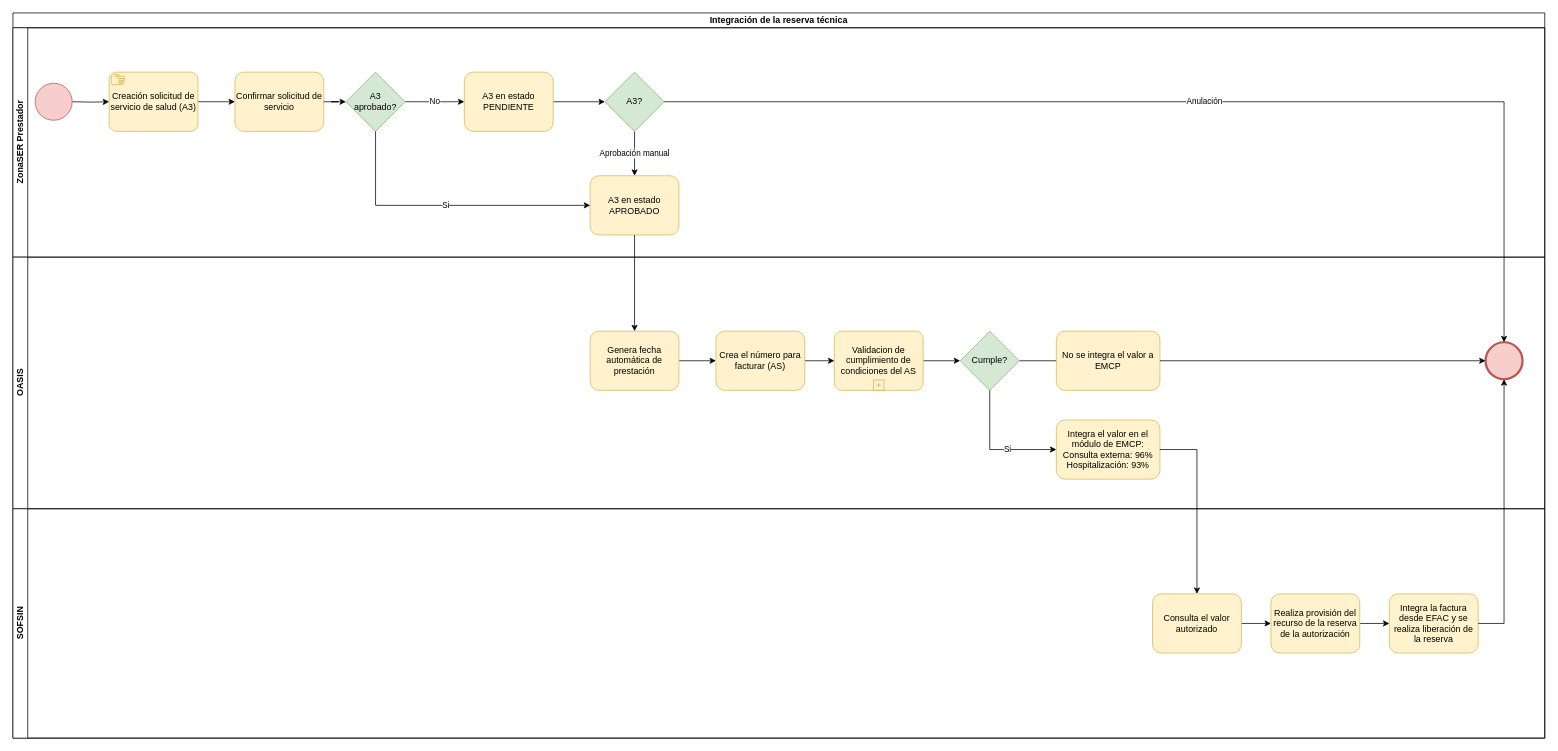
kevinjporto/Diagramas-de-procesos keeps this draw.io diagram as Integración de reserva tecnica.drawio. Above is the earlier version. Source tidied: cells renumbered, new cells numbered last; positions are measured from the earlier drawing's top-left corner, leaving out a move shared by most shapes. Both pictures are drawn from the tidied source at 74%, with x=0, y=0 at pixel (13, 13).
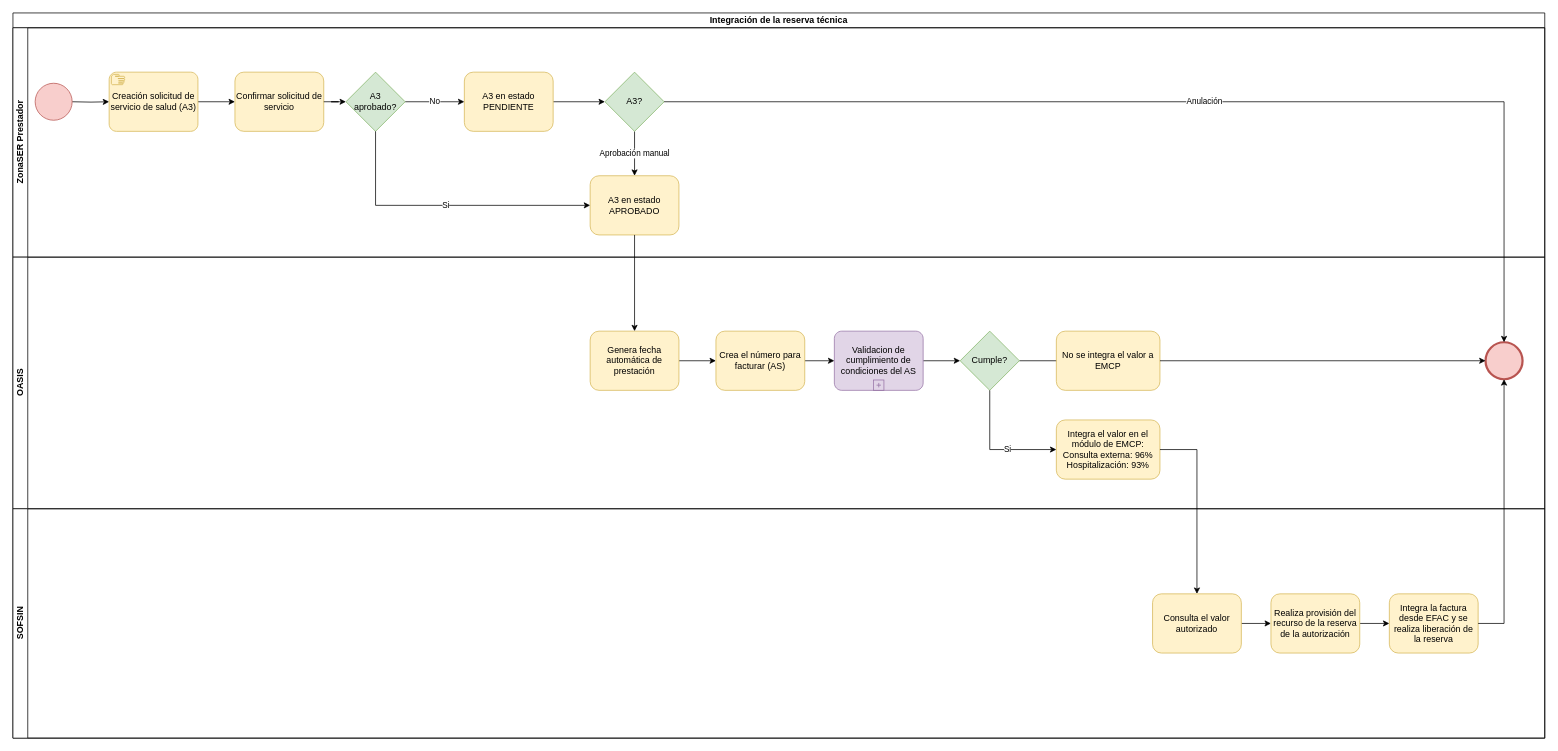
After the change.

The change refers to these unchanged cells:
```xml
<mxCell id="18" value="OASIS" style="swimlane;html=1;startSize=20;horizontal=0;" parent="2" vertex="1">
  <mxGeometry y="330" width="2070" height="340" as="geometry" />
</mxCell>
```

What changed in the source:
```diff
@@
-    <mxCell id="24" value="Validacion de cumplimiento de condiciones del AS" style="points=[[0.25,0,0],[0.5,0,0],[0.75,0,0],[1,0.25,0],[1,0.5,0],[1,0.75,0],[0.75,1,0],[0.5,1,0],[0.25,1,0],[0,0.75,0],[0,0.5,0],[0,0.25,0]];shape=mxgraph.bpmn.task;whiteSpace=wrap;rectStyle=rounded;size=10;html=1;taskMarker=abstract;isLoopSub=1;fillColor=#fff2cc;strokeColor=#d6b656;" parent="18" vertex="1">
+    <mxCell id="24" value="Validacion de cumplimiento de condiciones del AS" style="points=[[0.25,0,0],[0.5,0,0],[0.75,0,0],[1,0.25,0],[1,0.5,0],[1,0.75,0],[0.75,1,0],[0.5,1,0],[0.25,1,0],[0,0.75,0],[0,0.5,0],[0,0.25,0]];shape=mxgraph.bpmn.task;whiteSpace=wrap;rectStyle=rounded;size=10;html=1;taskMarker=abstract;isLoopSub=1;fillColor=#e1d5e7;strokeColor=#9673a6;" parent="18" vertex="1">
       <mxGeometry x="1110" y="100" width="120" height="80" as="geometry" />
     </mxCell>
```
